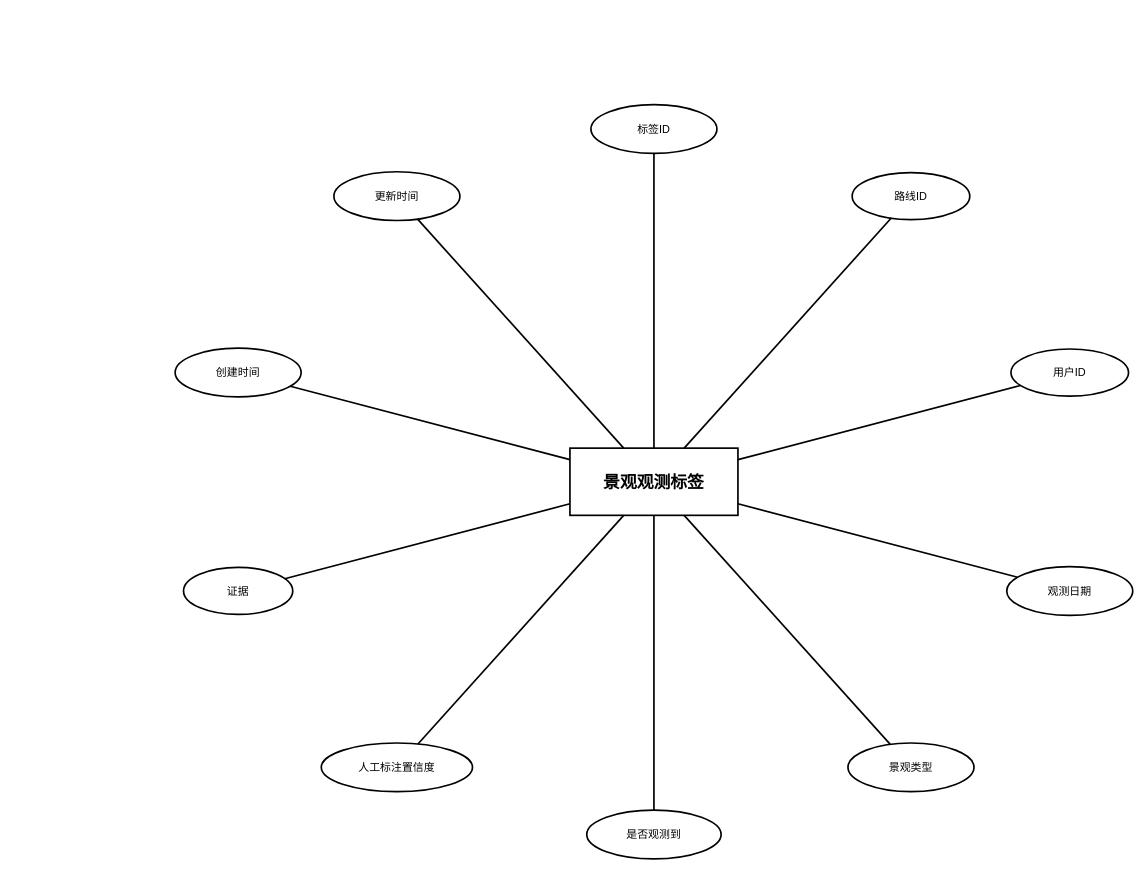
The draw.io diagram DOCS/thesis/figures/entity-diagrams/landscape_observation_labels/landscape_observation_labels_entity.drawio in 612cs/TrailQuest, before the edit. Source tidied: cells renumbered, new cells numbered last; positions are measured from the earlier drawing's top-left corner, leaving out a move shared by most shapes. Both pictures are drawn from the tidied source at 84%, with x=0, y=0 at pixel (175, 104).
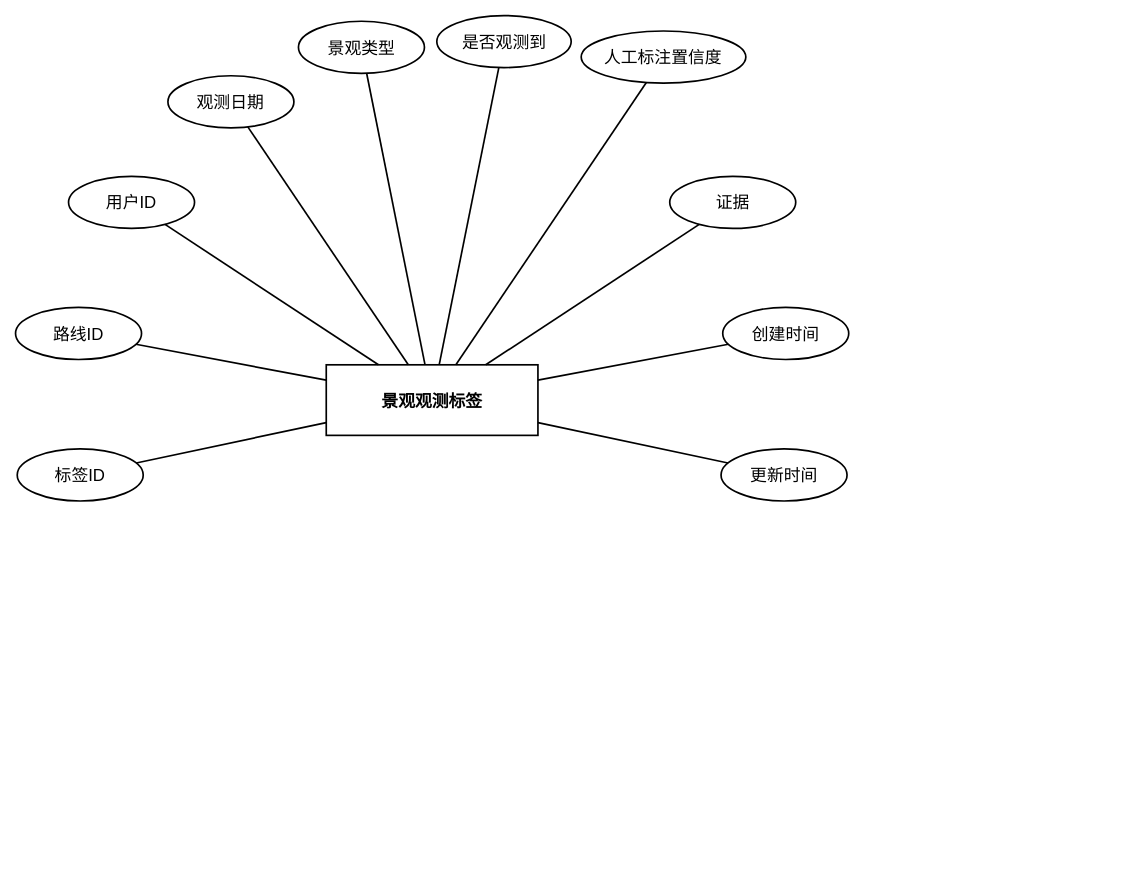
Above is the later version.

What changed in the source:
```diff
@@
-    <mxCell id="2" value="景观观测标签" style="rounded=0;whiteSpace=wrap;html=1;fillColor=#ffffff;strokeColor=#000000;fontColor=#000000;fontFamily=Arial;fontSize=20;fontStyle=1;align=center;verticalAlign=middle;strokeWidth=2;" parent="1" vertex="1">
-      <mxGeometry x="470" y="409" width="200" height="80" as="geometry" />
+    <mxCell id="2" value="景观观测标签" style="rounded=0;whiteSpace=wrap;html=1;fillColor=none;strokeColor=#000000;fontColor=#000000;fontFamily=Arial;fontSize=20;fontStyle=1;align=center;verticalAlign=middle;strokeWidth=2;gradientColor=none;shadow=0;glass=0;" parent="1" vertex="1">
+      <mxGeometry x="179.9" y="309.8" width="252" height="84" as="geometry" />
     </mxCell>
-    <mxCell id="3" value="标签ID" style="ellipse;whiteSpace=wrap;html=1;fillColor=#ffffff;strokeColor=#000000;fontColor=#000000;fontFamily=Arial;fontSize=13;align=center;verticalAlign=middle;strokeWidth=2;" parent="1" vertex="1">
-      <mxGeometry x="495" width="150" height="58" as="geometry" />
+    <mxCell id="3" value="标签ID" style="ellipse;whiteSpace=wrap;html=1;fillColor=none;strokeColor=#000000;fontColor=#000000;fontFamily=Arial;fontSize=20;align=center;verticalAlign=middle;strokeWidth=2;gradientColor=none;shadow=0;glass=0;" parent="1" vertex="1">
+      <mxGeometry x="-188" y="409.9" width="150" height="62" as="geometry" />
     </mxCell>
-    <mxCell id="4" value="路线ID" style="ellipse;whiteSpace=wrap;html=1;fillColor=#ffffff;strokeColor=#000000;fontColor=#000000;fontFamily=Arial;fontSize=13;align=center;verticalAlign=middle;strokeWidth=2;" parent="1" vertex="1">
-      <mxGeometry x="806" y="81" width="140" height="56" as="geometry" />
+    <mxCell id="4" value="路线ID" style="ellipse;whiteSpace=wrap;html=1;fillColor=none;strokeColor=#000000;fontColor=#000000;fontFamily=Arial;fontSize=20;align=center;verticalAlign=middle;strokeWidth=2;gradientColor=none;shadow=0;glass=0;" parent="1" vertex="1">
+      <mxGeometry x="-190" y="241.5" width="150" height="62" as="geometry" />
     </mxCell>
-    <mxCell id="5" value="用户ID" style="ellipse;whiteSpace=wrap;html=1;fillColor=#ffffff;strokeColor=#000000;fontColor=#000000;fontFamily=Arial;fontSize=13;align=center;verticalAlign=middle;strokeWidth=2;" parent="1" vertex="1">
-      <mxGeometry x="995" y="291" width="140" height="56" as="geometry" />
+    <mxCell id="5" value="用户ID" style="ellipse;whiteSpace=wrap;html=1;fillColor=none;strokeColor=#000000;fontColor=#000000;fontFamily=Arial;fontSize=20;align=center;verticalAlign=middle;strokeWidth=2;gradientColor=none;shadow=0;glass=0;" parent="1" vertex="1">
+      <mxGeometry x="-126.9" y="85.4" width="150" height="62" as="geometry" />
     </mxCell>
-    <mxCell id="6" value="观测日期" style="ellipse;whiteSpace=wrap;html=1;fillColor=#ffffff;strokeColor=#000000;fontColor=#000000;fontFamily=Arial;fontSize=13;align=center;verticalAlign=middle;strokeWidth=2;" parent="1" vertex="1">
-      <mxGeometry x="990" y="550" width="150" height="58" as="geometry" />
+    <mxCell id="6" value="观测日期" style="ellipse;whiteSpace=wrap;html=1;fillColor=none;strokeColor=#000000;fontColor=#000000;fontFamily=Arial;fontSize=20;align=center;verticalAlign=middle;strokeWidth=2;gradientColor=none;shadow=0;glass=0;" parent="1" vertex="1">
+      <mxGeometry x="-8.6" y="-34.3" width="150" height="62" as="geometry" />
     </mxCell>
-    <mxCell id="7" value="景观类型" style="ellipse;whiteSpace=wrap;html=1;fillColor=#ffffff;strokeColor=#000000;fontColor=#000000;fontFamily=Arial;fontSize=13;align=center;verticalAlign=middle;strokeWidth=2;" parent="1" vertex="1">
-      <mxGeometry x="801" y="760" width="150" height="58" as="geometry" />
+    <mxCell id="7" value="景观类型" style="ellipse;whiteSpace=wrap;html=1;fillColor=none;strokeColor=#000000;fontColor=#000000;fontFamily=Arial;fontSize=20;align=center;verticalAlign=middle;strokeWidth=2;gradientColor=none;shadow=0;glass=0;" parent="1" vertex="1">
+      <mxGeometry x="146.8" y="-99.2" width="150" height="62" as="geometry" />
     </mxCell>
-    <mxCell id="8" value="是否观测到" style="ellipse;whiteSpace=wrap;html=1;fillColor=#ffffff;strokeColor=#000000;fontColor=#000000;fontFamily=Arial;fontSize=13;align=center;verticalAlign=middle;strokeWidth=2;" parent="1" vertex="1">
-      <mxGeometry x="490" y="840" width="160" height="58" as="geometry" />
+    <mxCell id="8" value="是否观测到" style="ellipse;whiteSpace=wrap;html=1;fillColor=none;strokeColor=#000000;fontColor=#000000;fontFamily=Arial;fontSize=20;align=center;verticalAlign=middle;strokeWidth=2;gradientColor=none;shadow=0;glass=0;" parent="1" vertex="1">
+      <mxGeometry x="311.5" y="-106" width="160" height="62" as="geometry" />
     </mxCell>
-    <mxCell id="9" value="人工标注置信度" style="ellipse;whiteSpace=wrap;html=1;fillColor=#ffffff;strokeColor=#000000;fontColor=#000000;fontFamily=Arial;fontSize=13;align=center;verticalAlign=middle;strokeWidth=2;" parent="1" vertex="1">
-      <mxGeometry x="174" y="760" width="180" height="58" as="geometry" />
+    <mxCell id="9" value="人工标注置信度" style="ellipse;whiteSpace=wrap;html=1;fillColor=none;strokeColor=#000000;fontColor=#000000;fontFamily=Arial;fontSize=20;align=center;verticalAlign=middle;strokeWidth=2;gradientColor=none;shadow=0;glass=0;" parent="1" vertex="1">
+      <mxGeometry x="483.4" y="-87.6" width="196" height="62" as="geometry" />
     </mxCell>
-    <mxCell id="10" value="证据" style="ellipse;whiteSpace=wrap;html=1;fillColor=#ffffff;strokeColor=#000000;fontColor=#000000;fontFamily=Arial;fontSize=13;align=center;verticalAlign=middle;strokeWidth=2;" parent="1" vertex="1">
-      <mxGeometry x="10" y="551" width="130" height="56" as="geometry" />
+    <mxCell id="10" value="证据" style="ellipse;whiteSpace=wrap;html=1;fillColor=none;strokeColor=#000000;fontColor=#000000;fontFamily=Arial;fontSize=20;align=center;verticalAlign=middle;strokeWidth=2;gradientColor=none;shadow=0;glass=0;" parent="1" vertex="1">
+      <mxGeometry x="588.8" y="85.4" width="150" height="62" as="geometry" />
     </mxCell>
-    <mxCell id="11" value="创建时间" style="ellipse;whiteSpace=wrap;html=1;fillColor=#ffffff;strokeColor=#000000;fontColor=#000000;fontFamily=Arial;fontSize=13;align=center;verticalAlign=middle;strokeWidth=2;" parent="1" vertex="1">
-      <mxGeometry y="290" width="150" height="58" as="geometry" />
+    <mxCell id="11" value="创建时间" style="ellipse;whiteSpace=wrap;html=1;fillColor=none;strokeColor=#000000;fontColor=#000000;fontFamily=Arial;fontSize=20;align=center;verticalAlign=middle;strokeWidth=2;gradientColor=none;shadow=0;glass=0;" parent="1" vertex="1">
+      <mxGeometry x="651.9" y="241.5" width="150" height="62" as="geometry" />
     </mxCell>
-    <mxCell id="12" value="更新时间" style="ellipse;whiteSpace=wrap;html=1;fillColor=#ffffff;strokeColor=#000000;fontColor=#000000;fontFamily=Arial;fontSize=13;align=center;verticalAlign=middle;strokeWidth=2;" parent="1" vertex="1">
-      <mxGeometry x="189" y="80" width="150" height="58" as="geometry" />
+    <mxCell id="12" value="更新时间" style="ellipse;whiteSpace=wrap;html=1;fillColor=none;strokeColor=#000000;fontColor=#000000;fontFamily=Arial;fontSize=20;align=center;verticalAlign=middle;strokeWidth=2;gradientColor=none;shadow=0;glass=0;" parent="1" vertex="1">
+      <mxGeometry x="649.9" y="409.9" width="150" height="62" as="geometry" />
     </mxCell>
```
